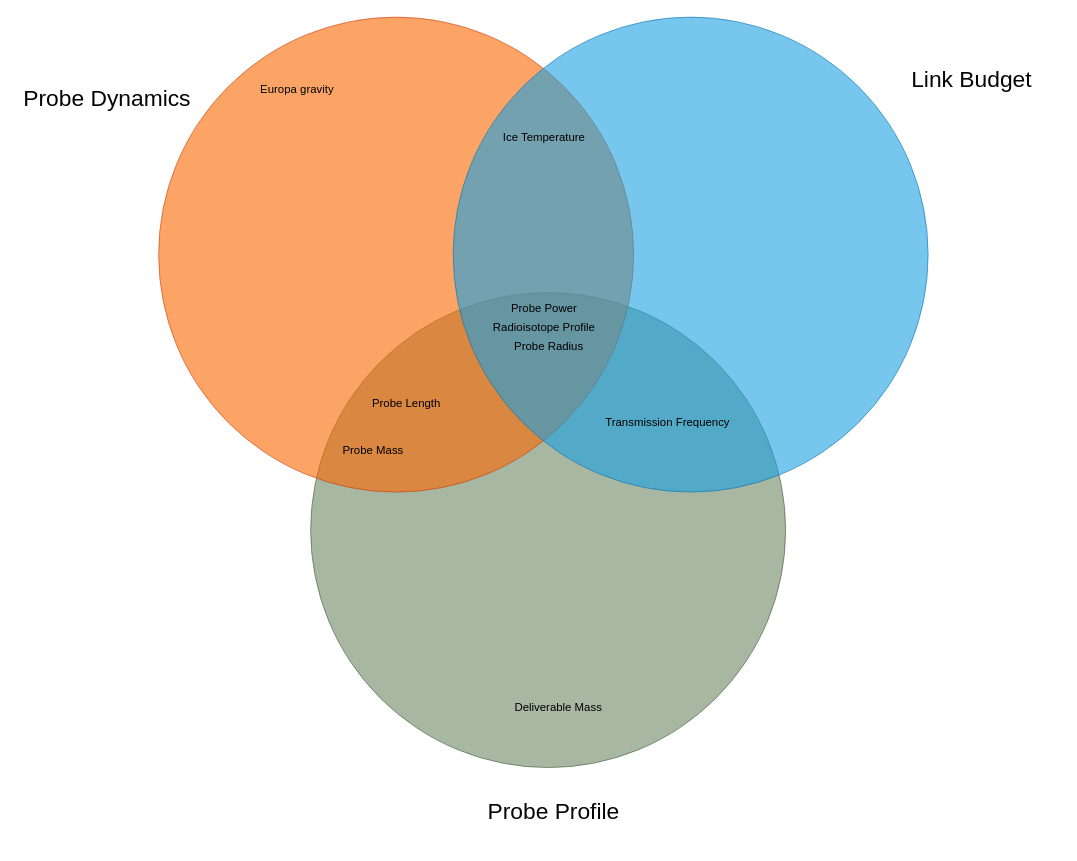
FramptonSpace/DrawioDiagrams keeps this draw.io diagram as Untitled Diagram.drawio. Above is the earlier version. Source tidied: cells renumbered, new cells numbered last; positions are measured from the earlier drawing's top-left corner, leaving out a move shared by most shapes. Both pictures are drawn from the tidied source at 95%, with x=0, y=0 at pixel (16, 16).
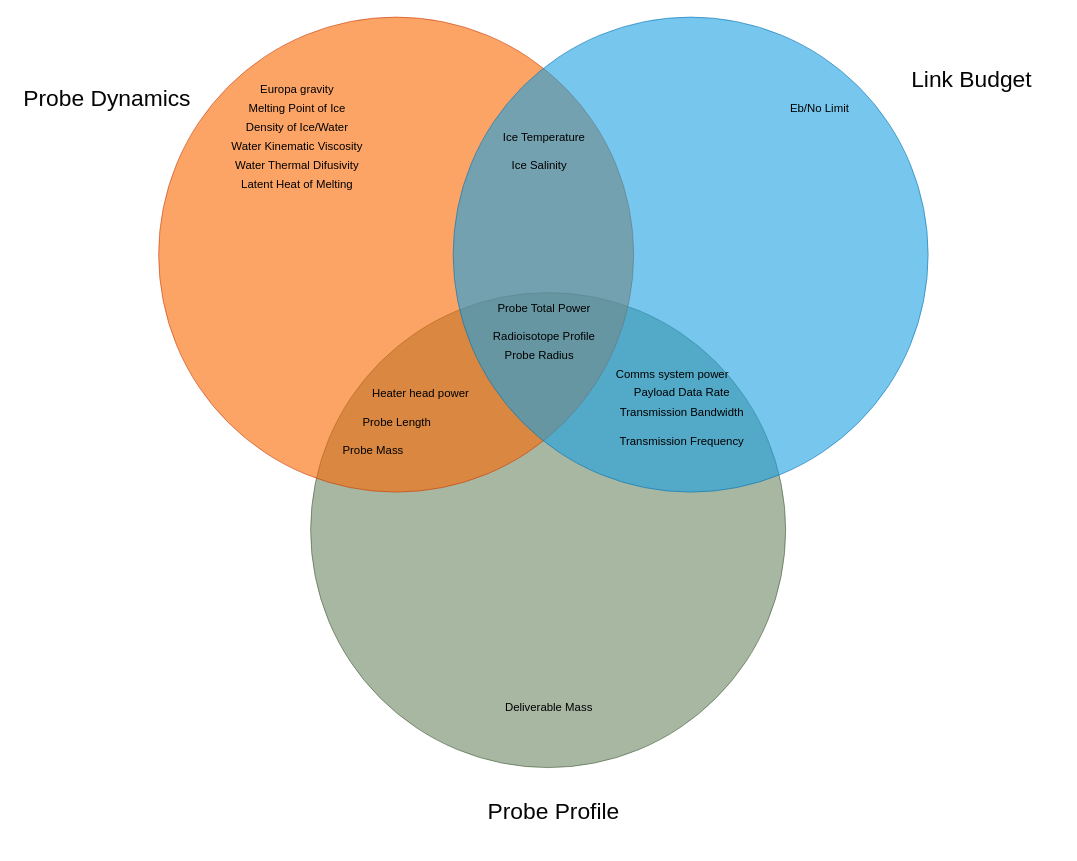
After the change.

What changed in the source:
```diff
@@
-    <mxCell id="8" value="Probe Power&lt;br&gt;" style="text;html=1;align=center;verticalAlign=middle;strokeColor=none;fillColor=none;" parent="1" vertex="1">
-      <mxGeometry x="510" y="292" width="90" height="30" as="geometry" />
+    <mxCell id="8" value="Probe Total Power" style="text;html=1;align=center;verticalAlign=middle;strokeColor=none;fillColor=none;" parent="1" vertex="1">
+      <mxGeometry x="495" y="292" width="120" height="30" as="geometry" />
     </mxCell>
     <mxCell id="9" value="Probe Radius&lt;br&gt;" style="text;html=1;align=center;verticalAlign=middle;strokeColor=none;fillColor=none;" parent="1" vertex="1">
-      <mxGeometry x="510" y="332" width="100" height="30" as="geometry" />
+      <mxGeometry x="499.5" y="342" width="100" height="30" as="geometry" />
     </mxCell>
     <mxCell id="10" value="Probe Length&lt;br&gt;" style="text;html=1;align=center;verticalAlign=middle;strokeColor=none;fillColor=none;" parent="1" vertex="1">
-      <mxGeometry x="359.5" y="392" width="100" height="30" as="geometry" />
+      <mxGeometry x="349.5" y="412" width="100" height="30" as="geometry" />
     </mxCell>
@@
     <mxCell id="12" value="Radioisotope Profile" style="text;html=1;align=center;verticalAlign=middle;strokeColor=none;fillColor=none;" parent="1" vertex="1">
-      <mxGeometry x="490" y="312" width="130" height="30" as="geometry" />
+      <mxGeometry x="490" y="322" width="130" height="30" as="geometry" />
     </mxCell>
@@
     <mxCell id="15" value="Transmission Frequency" style="text;html=1;align=center;verticalAlign=middle;strokeColor=none;fillColor=none;" parent="1" vertex="1">
-      <mxGeometry x="610" y="412" width="150" height="30" as="geometry" />
+      <mxGeometry x="625" y="432" width="150" height="30" as="geometry" />
     </mxCell>
     <mxCell id="16" value="Deliverable Mass" style="text;html=1;align=center;verticalAlign=middle;strokeColor=none;fillColor=none;" parent="1" vertex="1">
-      <mxGeometry x="510" y="712" width="120" height="30" as="geometry" />
+      <mxGeometry x="499.5" y="712" width="120" height="30" as="geometry" />
     </mxCell>
+    <mxCell id="17" value="Ice Salinity" style="text;html=1;align=center;verticalAlign=middle;strokeColor=none;fillColor=none;" parent="1" vertex="1">
+      <mxGeometry x="510" y="142" width="80" height="30" as="geometry" />
+    </mxCell>
+    <mxCell id="18" value="Eb/No Limit" style="text;html=1;align=center;verticalAlign=middle;strokeColor=none;fillColor=none;" parent="1" vertex="1">
+      <mxGeometry x="800" y="82" width="90" height="30" as="geometry" />
+    </mxCell>
+    <mxCell id="19" value="Transmission Bandwidth" style="text;html=1;align=center;verticalAlign=middle;strokeColor=none;fillColor=none;" parent="1" vertex="1">
+      <mxGeometry x="625" y="402" width="150" height="30" as="geometry" />
+    </mxCell>
+    <mxCell id="20" value="Payload Data Rate" style="text;html=1;align=center;verticalAlign=middle;strokeColor=none;fillColor=none;" parent="1" vertex="1">
+      <mxGeometry x="640" y="381" width="120" height="30" as="geometry" />
+    </mxCell>
+    <mxCell id="21" value="Melting Point of Ice" style="text;html=1;align=center;verticalAlign=middle;strokeColor=none;fillColor=none;" parent="1" vertex="1">
+      <mxGeometry x="229.5" y="82" width="130" height="30" as="geometry" />
+    </mxCell>
+    <mxCell id="22" value="Density of Ice/Water" style="text;html=1;align=center;verticalAlign=middle;strokeColor=none;fillColor=none;" parent="1" vertex="1">
+      <mxGeometry x="229.5" y="102" width="130" height="30" as="geometry" />
+    </mxCell>
+    <mxCell id="23" value="Water Kinematic Viscosity" style="text;html=1;align=center;verticalAlign=middle;strokeColor=none;fillColor=none;" parent="1" vertex="1">
+      <mxGeometry x="214.5" y="122" width="160" height="30" as="geometry" />
+    </mxCell>
+    <mxCell id="24" value="Water Thermal Difusivity" style="text;html=1;align=center;verticalAlign=middle;strokeColor=none;fillColor=none;" parent="1" vertex="1">
+      <mxGeometry x="219.5" y="142" width="150" height="30" as="geometry" />
+    </mxCell>
+    <mxCell id="25" value="Latent Heat of Melting" style="text;html=1;align=center;verticalAlign=middle;strokeColor=none;fillColor=none;" parent="1" vertex="1">
+      <mxGeometry x="224.5" y="162" width="140" height="30" as="geometry" />
+    </mxCell>
+    <mxCell id="26" value="Heater head power" style="text;html=1;align=center;verticalAlign=middle;strokeColor=none;fillColor=none;" parent="1" vertex="1">
+      <mxGeometry x="360" y="382" width="130" height="30" as="geometry" />
+    </mxCell>
+    <mxCell id="27" value="Comms system power" style="text;html=1;align=center;verticalAlign=middle;strokeColor=none;fillColor=none;" parent="1" vertex="1">
+      <mxGeometry x="620" y="362" width="140" height="30" as="geometry" />
+    </mxCell>
```
